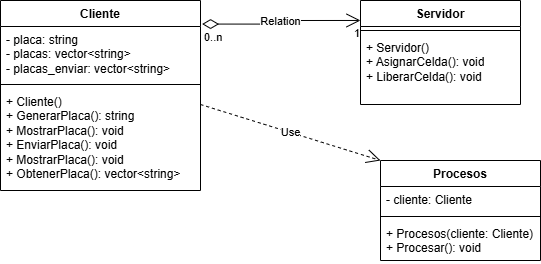
Before: umlParqueadero.png, a diagram exported from draw.io (Srzlays/Parking-lot----Dynamic-Libraries). Source tidied: cells renumbered, new cells last; positions are measured from the earlier drawing's top-left corner, leaving out a move shared by most shapes.
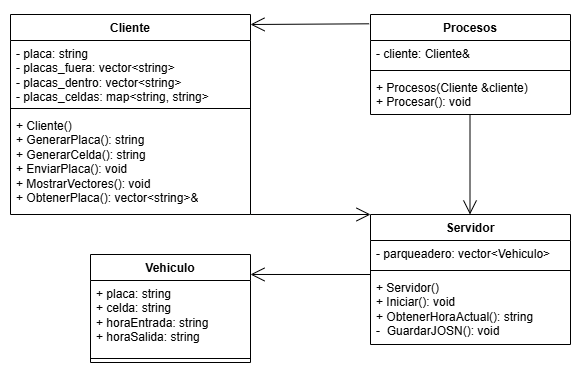
Above is the later version.

The edit, as a diff of the source:
```diff
@@ -2,52 +2,71 @@
   <root>
     <mxCell id="0" />
     <mxCell id="1" parent="0" />
+    <mxCell id="17" value="Vehiculo" style="swimlane;fontStyle=1;align=center;verticalAlign=top;horizontal=1;startSize=26;whiteSpace=wrap;html=1;" parent="1" vertex="1">
+      <mxGeometry x="80" y="160" width="160" height="108" as="geometry" />
+    </mxCell>
+    <mxCell id="18" value="+ placa: string&lt;div&gt;+ celda: string&lt;/div&gt;&lt;div&gt;+ horaEntrada: string&lt;/div&gt;&lt;div&gt;+ horaSalida: string&lt;/div&gt;" style="text;strokeColor=none;fillColor=none;align=left;verticalAlign=top;spacingLeft=4;spacingRight=4;overflow=hidden;whiteSpace=wrap;html=1;" parent="17" vertex="1">
+      <mxGeometry y="26" width="160" height="74" as="geometry" />
+    </mxCell>
+    <mxCell id="19" style="line;strokeWidth=1;fillColor=none;align=left;verticalAlign=middle;spacingTop=-1;spacingLeft=3;spacingRight=3;labelPosition=right;strokeColor=inherit;" parent="17" vertex="1">
+      <mxGeometry y="100" width="160" height="8" as="geometry" />
+    </mxCell>
     <mxCell id="2" value="Servidor" style="swimlane;fontStyle=1;align=center;verticalAlign=top;horizontal=1;startSize=26;whiteSpace=wrap;html=1;" parent="1" vertex="1">
-      <mxGeometry x="360" width="160" height="104" as="geometry" />
+      <mxGeometry x="360" y="120" width="200" height="130" as="geometry" />
     </mxCell>
-    <mxCell id="3" style="line;strokeWidth=1;fillColor=none;align=left;verticalAlign=middle;spacingTop=-1;spacingLeft=3;spacingRight=3;labelPosition=right;strokeColor=inherit;" parent="2" vertex="1">
-      <mxGeometry y="26" width="160" height="8" as="geometry" />
-    </mxCell>
-    <mxCell id="4" value="&lt;div&gt;+ Servidor()&lt;/div&gt;+ AsignarCelda(): void&lt;div&gt;+ LiberarCelda(): void&lt;/div&gt;" style="text;strokeColor=none;fillColor=none;align=left;verticalAlign=top;spacingLeft=4;spacingRight=4;overflow=hidden;whiteSpace=wrap;html=1;" parent="2" vertex="1">
-      <mxGeometry y="34" width="160" height="70" as="geometry" />
-    </mxCell>
-    <mxCell id="5" value="Relation" style="endArrow=open;html=1;endSize=12;startArrow=diamondThin;startSize=14;startFill=0;edgeStyle=orthogonalEdgeStyle;rounded=0;entryX=0;entryY=0.192;entryDx=0;entryDy=0;entryPerimeter=0;exitX=1.008;exitY=0.124;exitDx=0;exitDy=0;exitPerimeter=0;" parent="1" edge="1" source="8" target="2">
-      <mxGeometry relative="1" as="geometry" />
-    </mxCell>
-    <mxCell id="6" value="0..n" style="edgeLabel;html=1;align=left;verticalAlign=top;" parent="5" vertex="1">
-      <mxGeometry x="-1" relative="1" as="geometry" />
-    </mxCell>
-    <mxCell id="7" value="1" style="edgeLabel;html=1;align=right;verticalAlign=top;" parent="5" vertex="1">
-      <mxGeometry x="1" relative="1" as="geometry" />
-    </mxCell>
+    <mxCell id="20" value="- parqueadero: vector&amp;lt;Vehiculo&amp;gt;" style="text;strokeColor=none;fillColor=none;align=left;verticalAlign=top;spacingLeft=4;spacingRight=4;overflow=hidden;whiteSpace=wrap;html=1;" parent="2" vertex="1">
+      <mxGeometry y="26" width="200" height="26" as="geometry" />
+    </mxCell>
+    <mxCell id="21" style="line;strokeWidth=1;fillColor=none;align=left;verticalAlign=middle;spacingTop=-1;spacingLeft=3;spacingRight=3;labelPosition=right;strokeColor=inherit;" parent="2" vertex="1">
+      <mxGeometry y="52" width="200" height="8" as="geometry" />
+    </mxCell>
+    <mxCell id="22" value="&lt;div&gt;+ Servidor()&lt;/div&gt;+ Iniciar(): void&lt;div&gt;+ ObtenerHoraActual(): string&lt;/div&gt;&lt;div&gt;-&amp;nbsp; GuardarJOSN(): void&lt;/div&gt;" style="text;strokeColor=none;fillColor=none;align=left;verticalAlign=top;spacingLeft=4;spacingRight=4;overflow=hidden;whiteSpace=wrap;html=1;" parent="2" vertex="1">
+      <mxGeometry y="60" width="200" height="70" as="geometry" />
+    </mxCell>
     <mxCell id="8" value="Cliente" style="swimlane;fontStyle=1;align=center;verticalAlign=top;horizontal=1;startSize=26;whiteSpace=wrap;html=1;" parent="1" vertex="1">
-      <mxGeometry width="200" height="190" as="geometry" />
+      <mxGeometry y="-80" width="240" height="200" as="geometry" />
     </mxCell>
-    <mxCell id="9" value="- placa: string&lt;div&gt;- placas: vector&amp;lt;string&amp;gt;&lt;/div&gt;&lt;div&gt;- placas_enviar: vector&amp;lt;string&amp;gt;&lt;/div&gt;" style="text;strokeColor=none;fillColor=none;align=left;verticalAlign=top;spacingLeft=4;spacingRight=4;overflow=hidden;whiteSpace=wrap;html=1;" parent="8" vertex="1">
-      <mxGeometry y="26" width="200" height="54" as="geometry" />
-    </mxCell>
-    <mxCell id="10" style="line;strokeWidth=1;fillColor=none;align=left;verticalAlign=middle;spacingTop=-1;spacingLeft=3;spacingRight=3;labelPosition=right;strokeColor=inherit;" parent="8" vertex="1">
-      <mxGeometry y="80" width="200" height="8" as="geometry" />
-    </mxCell>
-    <mxCell id="11" value="+ Cliente()&lt;div&gt;+ GenerarPlaca(): string&lt;/div&gt;&lt;div&gt;+ MostrarPlaca(): void&lt;/div&gt;&lt;div&gt;+ EnviarPlaca(): void&lt;/div&gt;&lt;div&gt;+ MostrarPlaca(): void&lt;/div&gt;&lt;div&gt;+ ObtenerPlaca(): vector&amp;lt;string&amp;gt;&lt;/div&gt;&lt;div&gt;&lt;br&gt;&lt;/div&gt;&lt;div&gt;&lt;br&gt;&lt;/div&gt;" style="text;strokeColor=none;fillColor=none;align=left;verticalAlign=top;spacingLeft=4;spacingRight=4;overflow=hidden;whiteSpace=wrap;html=1;" parent="8" vertex="1">
-      <mxGeometry y="88" width="200" height="102" as="geometry" />
-    </mxCell>
+    <mxCell id="23" value="- placa: string&lt;div&gt;- placas_fuera: vector&amp;lt;string&amp;gt;&lt;/div&gt;&lt;div&gt;- placas_dentro: vector&amp;lt;string&amp;gt;&lt;/div&gt;&lt;div&gt;- placas_celdas: map&amp;lt;string, string&amp;gt;&lt;/div&gt;" style="text;strokeColor=none;fillColor=none;align=left;verticalAlign=top;spacingLeft=4;spacingRight=4;overflow=hidden;whiteSpace=wrap;html=1;" parent="8" vertex="1">
+      <mxGeometry y="26" width="240" height="64" as="geometry" />
+    </mxCell>
+    <mxCell id="24" style="line;strokeWidth=1;fillColor=none;align=left;verticalAlign=middle;spacingTop=-1;spacingLeft=3;spacingRight=3;labelPosition=right;strokeColor=inherit;" parent="8" vertex="1">
+      <mxGeometry y="90" width="240" height="8" as="geometry" />
+    </mxCell>
+    <mxCell id="25" value="&lt;div&gt;+ Cliente()&lt;/div&gt;+ GenerarPlaca(): string&lt;div&gt;+ GenerarCelda(): string&lt;/div&gt;&lt;div&gt;+ EnviarPlaca(): void&lt;/div&gt;&lt;div&gt;+ MostrarVectores(): void&lt;/div&gt;&lt;div&gt;+ ObtenerPlaca(): vector&amp;lt;string&amp;gt;&amp;amp;&lt;/div&gt;" style="text;strokeColor=none;fillColor=none;align=left;verticalAlign=top;spacingLeft=4;spacingRight=4;overflow=hidden;whiteSpace=wrap;html=1;" parent="8" vertex="1">
+      <mxGeometry y="98" width="240" height="102" as="geometry" />
+    </mxCell>
+    <mxCell id="26" style="endArrow=open;endFill=1;endSize=12;html=1;rounded=0;exitX=-0.007;exitY=0.093;exitDx=0;exitDy=0;exitPerimeter=0;" parent="1" edge="1" source="12">
+      <mxGeometry relative="1" as="geometry">
+        <mxPoint x="240" y="-70" as="targetPoint" />
+      </mxGeometry>
+    </mxCell>
     <mxCell id="12" value="Procesos" style="swimlane;fontStyle=1;align=center;verticalAlign=top;horizontal=1;startSize=26;whiteSpace=wrap;html=1;" parent="1" vertex="1">
-      <mxGeometry x="380" y="160" width="160" height="100" as="geometry" />
+      <mxGeometry x="360" y="-80" width="200" height="100" as="geometry" />
     </mxCell>
-    <mxCell id="13" value="- cliente: Cliente" style="text;strokeColor=none;fillColor=none;align=left;verticalAlign=top;spacingLeft=4;spacingRight=4;overflow=hidden;whiteSpace=wrap;html=1;" parent="12" vertex="1">
-      <mxGeometry y="26" width="160" height="26" as="geometry" />
-    </mxCell>
-    <mxCell id="14" style="line;strokeWidth=1;fillColor=none;align=left;verticalAlign=middle;spacingTop=-1;spacingLeft=3;spacingRight=3;labelPosition=right;strokeColor=inherit;" parent="12" vertex="1">
-      <mxGeometry y="52" width="160" height="8" as="geometry" />
-    </mxCell>
-    <mxCell id="15" value="+ Procesos(cliente: Cliente)&lt;div&gt;+ Procesar(): void&lt;/div&gt;" style="text;strokeColor=none;fillColor=none;align=left;verticalAlign=top;spacingLeft=4;spacingRight=4;overflow=hidden;whiteSpace=wrap;html=1;" parent="12" vertex="1">
-      <mxGeometry y="60" width="160" height="40" as="geometry" />
-    </mxCell>
-    <mxCell id="16" value="Use" style="endArrow=open;endSize=12;dashed=1;html=1;rounded=0;entryX=0;entryY=0;entryDx=0;entryDy=0;" parent="1" edge="1" target="12">
-      <mxGeometry relative="1" as="geometry">
-        <mxPoint x="200" y="104" as="sourcePoint" />
-      </mxGeometry>
-    </mxCell>
+    <mxCell id="27" value="- cliente: Cliente&amp;amp;" style="text;strokeColor=none;fillColor=none;align=left;verticalAlign=top;spacingLeft=4;spacingRight=4;overflow=hidden;whiteSpace=wrap;html=1;" parent="12" vertex="1">
+      <mxGeometry y="26" width="200" height="26" as="geometry" />
+    </mxCell>
+    <mxCell id="28" style="line;strokeWidth=1;fillColor=none;align=left;verticalAlign=middle;spacingTop=-1;spacingLeft=3;spacingRight=3;labelPosition=right;strokeColor=inherit;" parent="12" vertex="1">
+      <mxGeometry y="52" width="200" height="8" as="geometry" />
+    </mxCell>
+    <mxCell id="29" value="&lt;div&gt;+ Procesos(Cliente &amp;amp;cliente)&lt;/div&gt;+ Procesar(): void" style="text;strokeColor=none;fillColor=none;align=left;verticalAlign=top;spacingLeft=4;spacingRight=4;overflow=hidden;whiteSpace=wrap;html=1;" parent="12" vertex="1">
+      <mxGeometry y="60" width="200" height="40" as="geometry" />
+    </mxCell>
+    <mxCell id="30" style="endArrow=open;endFill=1;endSize=12;html=1;rounded=0;entryX=0;entryY=0;entryDx=0;entryDy=0;" parent="1" edge="1" target="2">
+      <mxGeometry relative="1" as="geometry">
+        <mxPoint x="240" y="120" as="sourcePoint" />
+      </mxGeometry>
+    </mxCell>
+    <mxCell id="31" style="endArrow=open;endFill=1;endSize=12;html=1;rounded=0;" parent="1" edge="1">
+      <mxGeometry relative="1" as="geometry">
+        <mxPoint x="459.5" y="20" as="sourcePoint" />
+        <mxPoint x="459.5" y="120" as="targetPoint" />
+      </mxGeometry>
+    </mxCell>
+    <mxCell id="32" style="endArrow=open;endFill=1;endSize=12;html=1;rounded=0;entryX=1;entryY=0.185;entryDx=0;entryDy=0;entryPerimeter=0;" parent="1" edge="1" target="17">
+      <mxGeometry relative="1" as="geometry">
+        <mxPoint x="360" y="180" as="sourcePoint" />
+      </mxGeometry>
+    </mxCell>
   </root>
 </mxGraphModel>
```
